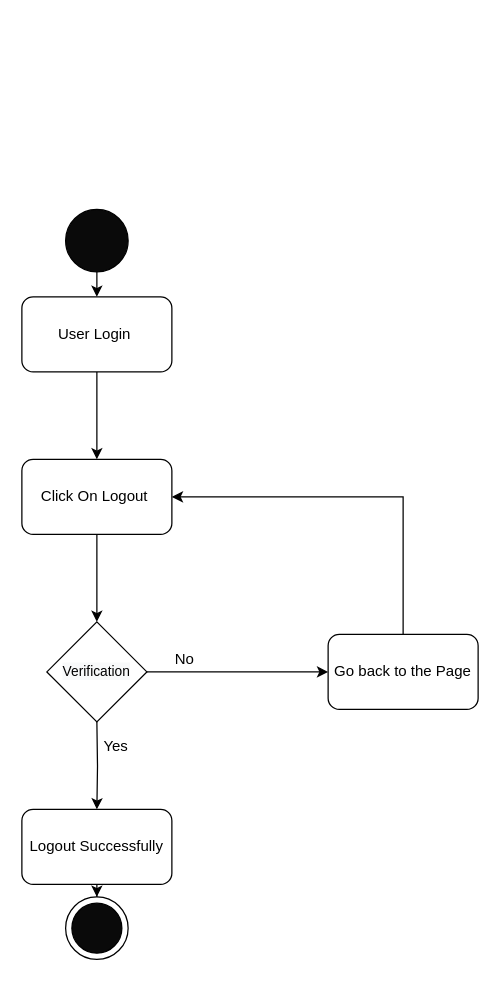
Earlier version of the draw.io diagram diagrams/Activity Diagram/oauth.drawio (usman1100/fyp-documentation). Source tidied: cells renumbered, new cells numbered last; positions are measured from the earlier drawing's top-left corner, leaving out a move shared by most shapes. Both pictures are drawn from the tidied source at 125%, with x=0, y=0 at pixel (21, 209).
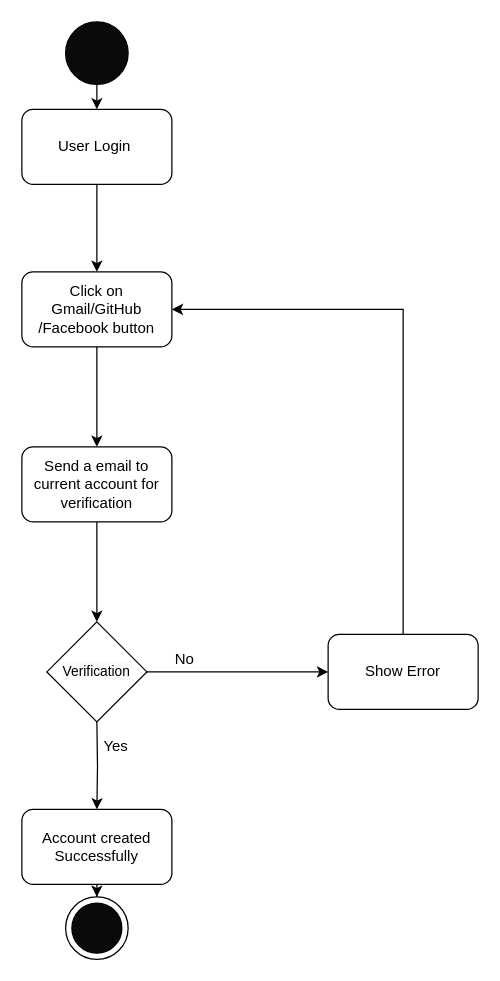
Above is the later version.

The change refers to these unchanged cells:
```xml
<mxCell id="18" value="&lt;span style=&quot;color: rgb(0 , 0 , 0) ; font-family: &amp;#34;helvetica&amp;#34; ; font-style: normal ; font-weight: 400 ; letter-spacing: normal ; text-align: center ; text-indent: 0px ; text-transform: none ; word-spacing: 0px ; background-color: rgb(248 , 249 , 250) ; display: inline ; float: none&quot;&gt;&lt;font style=&quot;font-size: 11px&quot;&gt;Verification&lt;/font&gt;&lt;/span&gt;" style="rhombus;whiteSpace=wrap;html=1;fillColor=#FFFFFF;" parent="1" vertex="1">
  <mxGeometry x="20" y="330" width="80" height="80" as="geometry" />
</mxCell>
```

What changed in the source:
```diff
@@
     <mxCell id="3" style="ellipse;whiteSpace=wrap;html=1;fillColor=#0A0A0A;" parent="1" vertex="1">
-      <mxGeometry x="35" width="50" height="50" as="geometry" />
+      <mxGeometry x="35" y="-150" width="50" height="50" as="geometry" />
     </mxCell>
@@
     <mxCell id="5" value="User Login&amp;nbsp;" style="rounded=1;whiteSpace=wrap;html=1;fillColor=#FFFFFF;" parent="1" vertex="1">
-      <mxGeometry y="70" width="120" height="60" as="geometry" />
+      <mxGeometry y="-80" width="120" height="60" as="geometry" />
     </mxCell>
@@
-    <mxCell id="9" value="Logout Successfully" style="whiteSpace=wrap;html=1;fillColor=#FFFFFF;rounded=1;" parent="1" vertex="1">
+    <mxCell id="9" value="Account created Successfully" style="whiteSpace=wrap;html=1;fillColor=#FFFFFF;rounded=1;" parent="1" vertex="1">
       <mxGeometry y="480" width="120" height="60" as="geometry" />
     </mxCell>
@@
-    <mxCell id="11" value="Go back to the Page" style="whiteSpace=wrap;html=1;fillColor=#FFFFFF;rounded=1;" parent="1" vertex="1">
+    <mxCell id="11" value="Show Error" style="whiteSpace=wrap;html=1;fillColor=#FFFFFF;rounded=1;" parent="1" vertex="1">
       <mxGeometry x="245" y="340" width="120" height="60" as="geometry" />
     </mxCell>
@@
-    <mxCell id="16" style="edgeStyle=orthogonalEdgeStyle;rounded=0;jettySize=auto;html=1;exitX=0.5;exitY=1;exitDx=0;exitDy=0;" parent="1" edge="1" source="17" target="18">
-      <mxGeometry relative="1" as="geometry" />
-    </mxCell>
+    <mxCell id="19" style="edgeStyle=orthogonalEdgeStyle;rounded=0;jettySize=auto;html=1;" parent="1" edge="1" source="17" target="21">
+      <mxGeometry relative="1" as="geometry" />
+    </mxCell>
-    <mxCell id="17" value="Click On Logout&amp;nbsp;" style="whiteSpace=wrap;html=1;fillColor=#FFFFFF;rounded=1;" parent="1" vertex="1">
-      <mxGeometry y="200" width="120" height="60" as="geometry" />
+    <mxCell id="17" value="Click on Gmail/GitHub&lt;br&gt;/Facebook button" style="whiteSpace=wrap;html=1;fillColor=#FFFFFF;rounded=1;" parent="1" vertex="1">
+      <mxGeometry y="50" width="120" height="60" as="geometry" />
     </mxCell>
@@
+    <mxCell id="20" style="edgeStyle=orthogonalEdgeStyle;rounded=0;jettySize=auto;html=1;exitX=0.5;exitY=1;exitDx=0;exitDy=0;" parent="1" edge="1" source="21" target="18">
+      <mxGeometry relative="1" as="geometry" />
+    </mxCell>
+    <mxCell id="21" value="Send a email to current account for verification" style="whiteSpace=wrap;html=1;fillColor=#FFFFFF;rounded=1;" parent="1" vertex="1">
+      <mxGeometry y="190" width="120" height="60" as="geometry" />
+    </mxCell>
```
